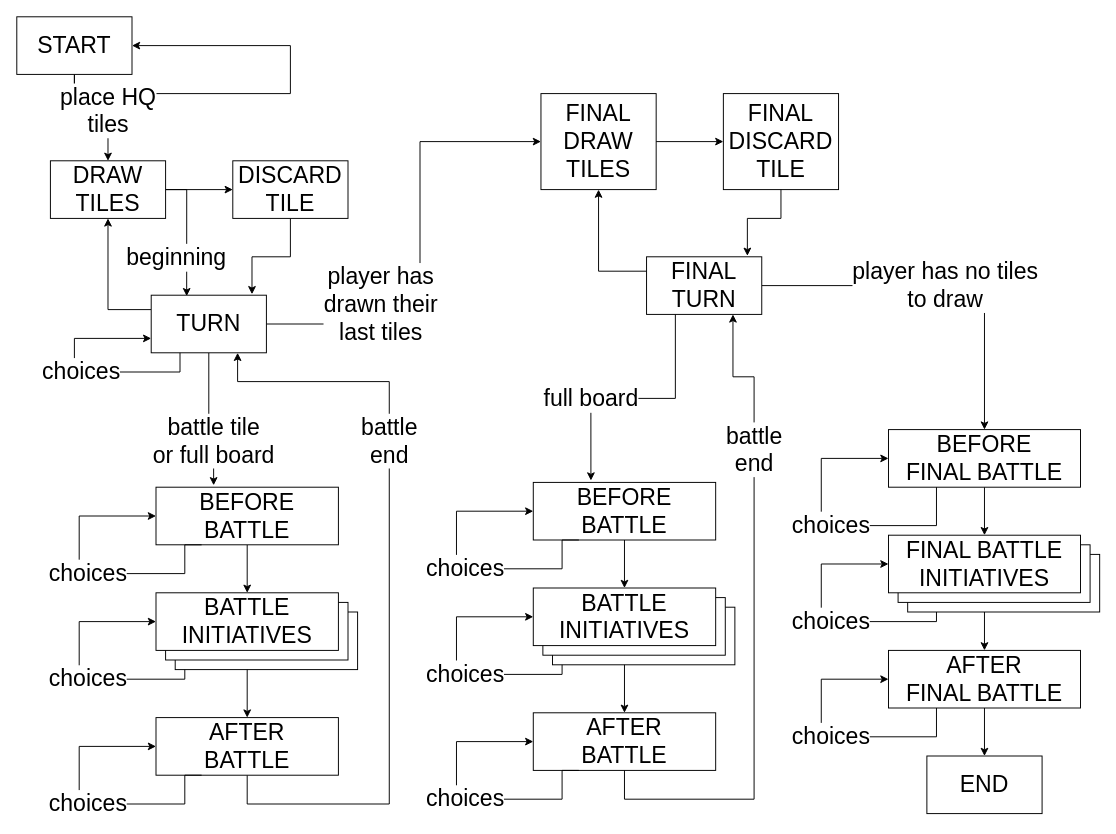
The draw.io diagram doc/game-state-machine.drawio in phoe-trash/nervous-island, before the edit. Source tidied: cells renumbered, new cells numbered last; positions are measured from the earlier drawing's top-left corner, leaving out a move shared by most shapes. Both pictures are drawn from the tidied source at 96%, with x=0, y=0 at pixel (16, 16).
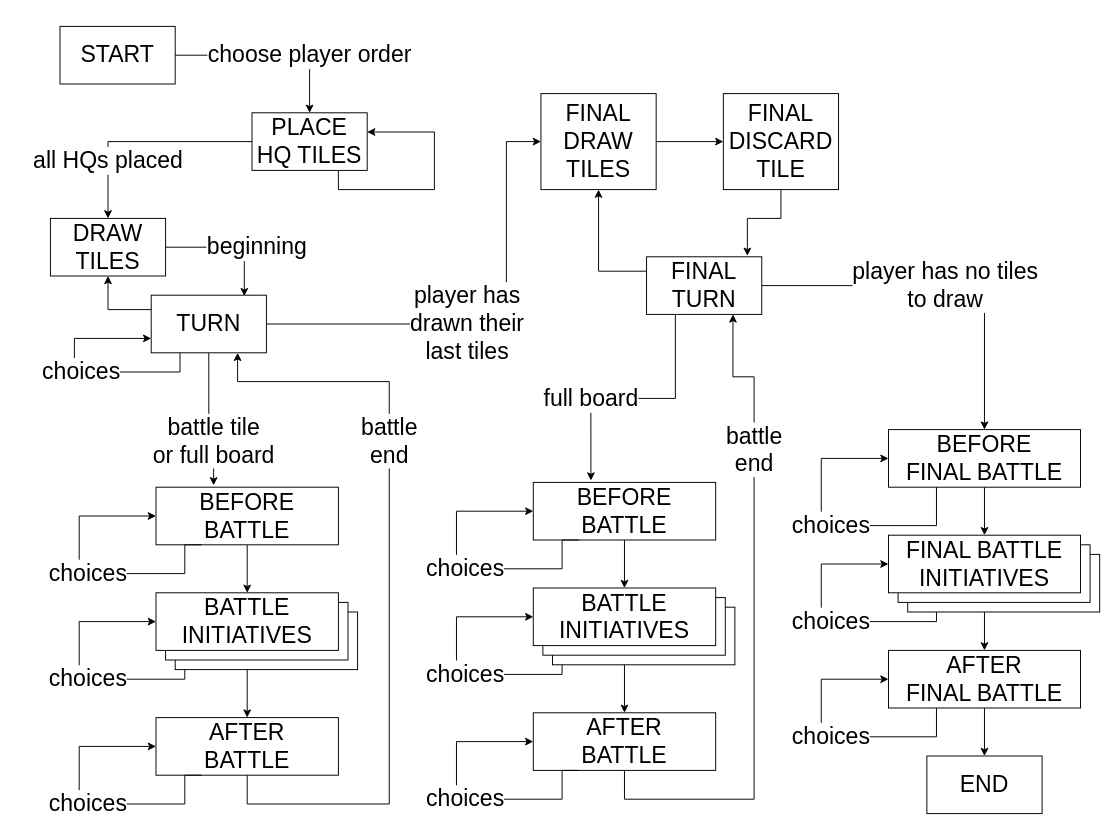
The same page after the edit.

Commit message:
Update state machine diagram

The change refers to these unchanged cells:
```xml
<mxCell id="36" value="TURN" style="rounded=0;whiteSpace=wrap;html=1;fontSize=24;" parent="1" vertex="1">
  <mxGeometry x="140" y="290" width="120" height="60" as="geometry" />
</mxCell>
<mxCell id="39" value="FINAL&lt;br&gt;DRAW&lt;br&gt;TILES" style="rounded=0;whiteSpace=wrap;html=1;fontSize=24;" parent="1" vertex="1">
  <mxGeometry x="546" y="80" width="120" height="100" as="geometry" />
</mxCell>
```

What changed in the source:
```diff
@@
-    <mxCell id="10" style="edgeStyle=orthogonalEdgeStyle;rounded=0;orthogonalLoop=1;jettySize=auto;html=1;exitX=0.5;exitY=1;exitDx=0;exitDy=0;entryX=1;entryY=0.5;entryDx=0;entryDy=0;fontSize=24;" parent="1" edge="1" source="12" target="12">
-      <mxGeometry relative="1" as="geometry">
-        <Array as="points">
-          <mxPoint x="60" y="80" />
-          <mxPoint x="285" y="80" />
-          <mxPoint x="285" y="30" />
-        </Array>
-      </mxGeometry>
-    </mxCell>
-    <mxCell id="11" value="&lt;div&gt;place HQ&lt;/div&gt;&lt;div&gt;tiles&lt;br&gt;&lt;/div&gt;" style="edgeStyle=orthogonalEdgeStyle;rounded=0;jettySize=auto;html=1;exitX=0.5;exitY=1;exitDx=0;exitDy=0;fontSize=24;labelBackgroundColor=#ffffff;entryX=0.5;entryY=0;entryDx=0;entryDy=0;" parent="1" edge="1" source="12" target="17">
-      <mxGeometry x="0.17" relative="1" as="geometry">
+    <mxCell id="11" value="all HQs placed" style="edgeStyle=orthogonalEdgeStyle;rounded=0;jettySize=auto;html=1;exitX=0;exitY=0.5;exitDx=0;exitDy=0;fontSize=24;labelBackgroundColor=#ffffff;entryX=0.5;entryY=0;entryDx=0;entryDy=0;" parent="1" edge="1" source="12" target="17">
+      <mxGeometry x="0.3" y="20" relative="1" as="geometry">
         <Array as="points">
-          <mxPoint x="60" y="80" />
-          <mxPoint x="95" y="80" />
+          <mxPoint x="95" y="130" />
         </Array>
+        <mxPoint x="-20" y="20" as="offset" />
       </mxGeometry>
     </mxCell>
-    <mxCell id="12" value="&lt;font style=&quot;font-size: 24px;&quot;&gt;START&lt;/font&gt;" style="rounded=0;whiteSpace=wrap;html=1;fontSize=24;" parent="1" vertex="1">
-      <mxGeometry width="120" height="60" as="geometry" />
+    <mxCell id="12" value="PLACE HQ TILES" style="rounded=0;whiteSpace=wrap;html=1;fontSize=24;" parent="1" vertex="1">
+      <mxGeometry x="245" y="100" width="120" height="60" as="geometry" />
     </mxCell>
     <mxCell id="13" value="player has &lt;br&gt;drawn their&lt;br&gt; last tiles" style="edgeStyle=orthogonalEdgeStyle;rounded=0;jettySize=auto;html=1;labelBackgroundColor=#ffffff;fontSize=24;exitX=1;exitY=0.5;exitDx=0;exitDy=0;entryX=0;entryY=0.5;entryDx=0;entryDy=0;" parent="1" edge="1" source="36" target="39">
-      <mxGeometry x="-0.5" y="20" relative="1" as="geometry">
+      <mxGeometry x="-0.12" relative="1" as="geometry">
         <Array as="points">
-          <mxPoint x="420" y="320" />
-          <mxPoint x="420" y="130" />
+          <mxPoint x="510" y="320" />
+          <mxPoint x="510" y="130" />
         </Array>
       </mxGeometry>
     </mxCell>
@@
-    <mxCell id="15" style="edgeStyle=orthogonalEdgeStyle;rounded=0;jettySize=auto;html=1;exitX=1;exitY=0.5;exitDx=0;exitDy=0;entryX=0;entryY=0.5;entryDx=0;entryDy=0;labelBackgroundColor=#ffffff;fontSize=24;" parent="1" edge="1" source="17" target="34">
-      <mxGeometry relative="1" as="geometry" />
-    </mxCell>
-    <mxCell id="16" value="beginning" style="edgeStyle=orthogonalEdgeStyle;rounded=0;jettySize=auto;html=1;exitX=1;exitY=0.5;exitDx=0;exitDy=0;entryX=0.308;entryY=0.017;entryDx=0;entryDy=0;entryPerimeter=0;labelBackgroundColor=#ffffff;fontSize=24;" parent="1" edge="1" source="17" target="36">
-      <mxGeometry x="0.4" y="-11" relative="1" as="geometry" />
+    <mxCell id="16" value="beginning" style="edgeStyle=orthogonalEdgeStyle;rounded=0;jettySize=auto;html=1;exitX=1;exitY=0.5;exitDx=0;exitDy=0;entryX=0.808;entryY=0.017;entryDx=0;entryDy=0;entryPerimeter=0;labelBackgroundColor=#ffffff;fontSize=24;" parent="1" edge="1" source="17" target="36">
+      <mxGeometry x="0.23" y="13" relative="1" as="geometry" />
     </mxCell>
     <mxCell id="17" value="DRAW TILES" style="rounded=0;whiteSpace=wrap;html=1;fontSize=24;" parent="1" vertex="1">
-      <mxGeometry x="35" y="150" width="120" height="60" as="geometry" />
+      <mxGeometry x="35" y="210" width="120" height="60" as="geometry" />
     </mxCell>
@@
-    <mxCell id="33" style="edgeStyle=orthogonalEdgeStyle;rounded=0;jettySize=auto;html=1;exitX=0.5;exitY=1;exitDx=0;exitDy=0;labelBackgroundColor=#ffffff;fontSize=24;entryX=0.875;entryY=-0.017;entryDx=0;entryDy=0;entryPerimeter=0;" parent="1" edge="1" source="34" target="36">
-      <mxGeometry relative="1" as="geometry">
-        <Array as="points">
-          <mxPoint x="285" y="250" />
-          <mxPoint x="245" y="250" />
-        </Array>
-      </mxGeometry>
-    </mxCell>
-    <mxCell id="34" value="DISCARD TILE" style="rounded=0;whiteSpace=wrap;html=1;fontSize=24;" parent="1" vertex="1">
-      <mxGeometry x="225" y="150" width="120" height="60" as="geometry" />
-    </mxCell>
@@
+    <mxCell id="58" value="&lt;font style=&quot;font-size: 24px&quot;&gt;choose player order&lt;br&gt;&lt;/font&gt;" style="edgeStyle=orthogonalEdgeStyle;rounded=0;jettySize=auto;html=1;exitX=1;exitY=0.5;exitDx=0;exitDy=0;entryX=0.5;entryY=0;entryDx=0;entryDy=0;" parent="1" edge="1" source="59" target="12">
+      <mxGeometry x="0.4" relative="1" as="geometry" />
+    </mxCell>
+    <mxCell id="59" value="&lt;font style=&quot;font-size: 24px;&quot;&gt;START&lt;/font&gt;" style="rounded=0;whiteSpace=wrap;html=1;fontSize=24;" parent="1" vertex="1">
+      <mxGeometry x="45" y="10" width="120" height="60" as="geometry" />
+    </mxCell>
+    <mxCell id="60" style="edgeStyle=orthogonalEdgeStyle;rounded=0;jettySize=auto;html=1;exitX=0.75;exitY=1;exitDx=0;exitDy=0;" parent="1" edge="1" source="12">
+      <mxGeometry relative="1" as="geometry">
+        <mxPoint x="365" y="120" as="targetPoint" />
+        <Array as="points">
+          <mxPoint x="335" y="180" />
+          <mxPoint x="435" y="180" />
+          <mxPoint x="435" y="120" />
+          <mxPoint x="365" y="120" />
+        </Array>
+      </mxGeometry>
+    </mxCell>
```
